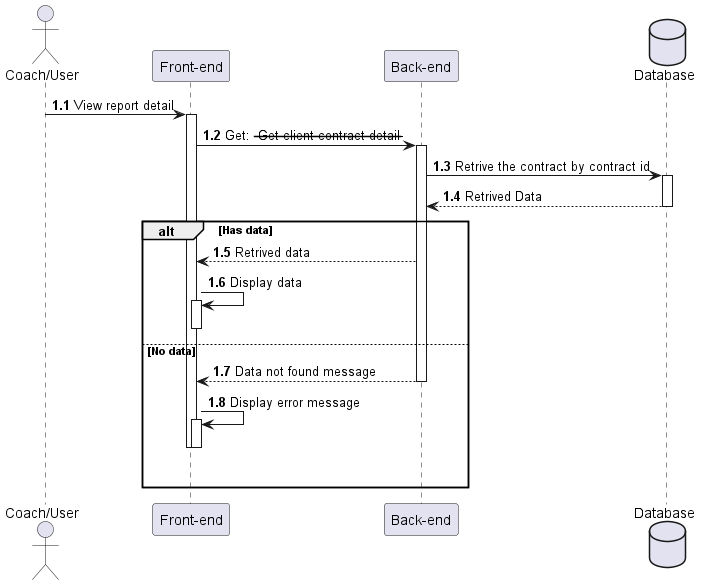
The PlantUML diagram out/Sequences_diagrams/ViewContractDetail/ViewContractDetail.png in HTPhong-276/iCoaching-Diagrams, before a commit. Source of this version:
```plantuml
@startuml ViewContractDetail

actor "Coach/User" as user
participant "Front-end" as client
participant "Back-end" as server
database "Database" as db

autonumber 1.1 "<b>0:"

user -> client++ : View report detail
client -> server++ : Get: ---Get client contract detail---
server -> db++ : Retrive the contract by contract id
db --> server : Retrived Data
deactivate

alt Has data
    server --> client : Retrived data
    client -> client++ : Display data
    deactivate

else No data
    server --> client : Data not found message
    deactivate
    client -> client++ : Display error message
    deactivate
    deactivate
    |||
end
@enduml
```
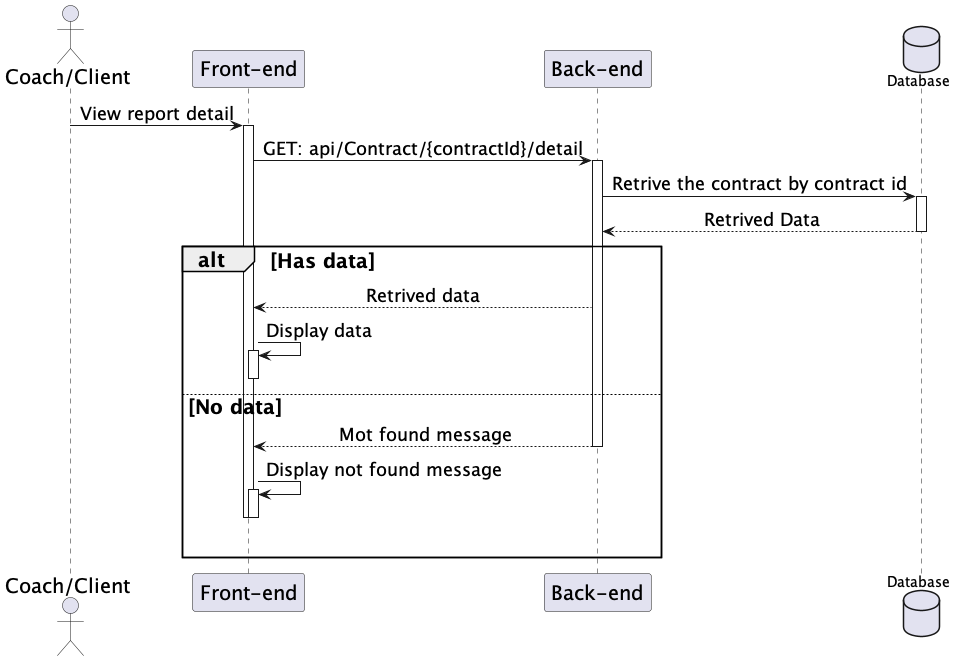
The same diagram one commit later.

What changed in the source:
```diff
@@ -1,14 +1,20 @@
 @startuml ViewContractDetail
-
-actor "Coach/User" as user
+skinparam sequenceMessageAlign center
+skinparam sequenceGroupFontSize 20
+skinparam sequenceGroupHeaderFontSize 20
+skinparam sequence {
+    ParticipantFontSize 20
+    ActorFontSize 20
+    DatabaseFontSize 20
+    ArrowFontSize 18
+}
+actor "Coach/Client" as user
 participant "Front-end" as client
 participant "Back-end" as server
 database "Database" as db
 
-autonumber 1.1 "<b>0:"
-
 user -> client++ : View report detail
-client -> server++ : Get: ---Get client contract detail---
+client -> server++ : GET: api/Contract/{contractId}/detail
 server -> db++ : Retrive the contract by contract id
 db --> server : Retrived Data
 deactivate
@@ -19,9 +25,9 @@
     deactivate
 
 else No data
-    server --> client : Data not found message
+    server --> client : Mot found message
     deactivate
-    client -> client++ : Display error message
+    client -> client++ : Display not found message
     deactivate
     deactivate
     |||
```
